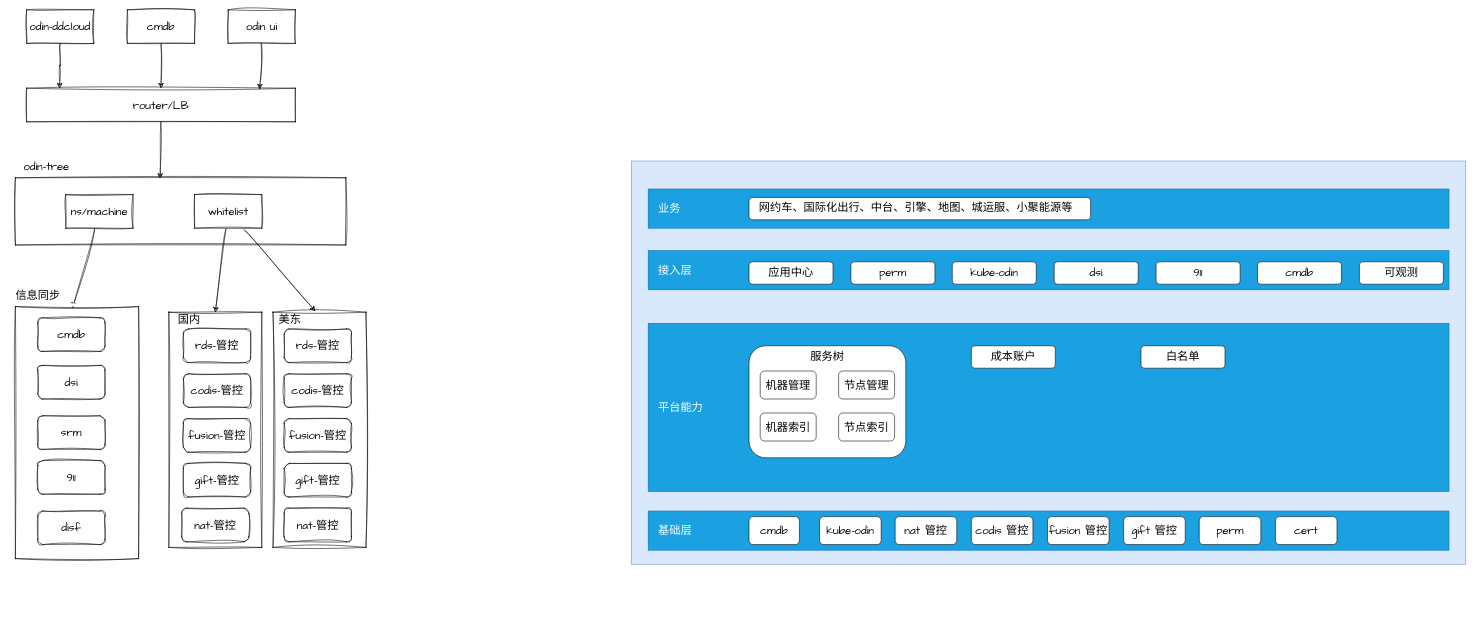
Above: page "业务逻辑" (10 of 10) of wtree.drawio in yubo/draw (draw.io), before the change. Source tidied: cells renumbered, new cells numbered last; positions are measured from the earlier drawing's top-left corner, leaving out a move shared by most shapes. Both pictures are drawn from the tidied source at 56%, with x=0, y=0 at pixel (10, 10).
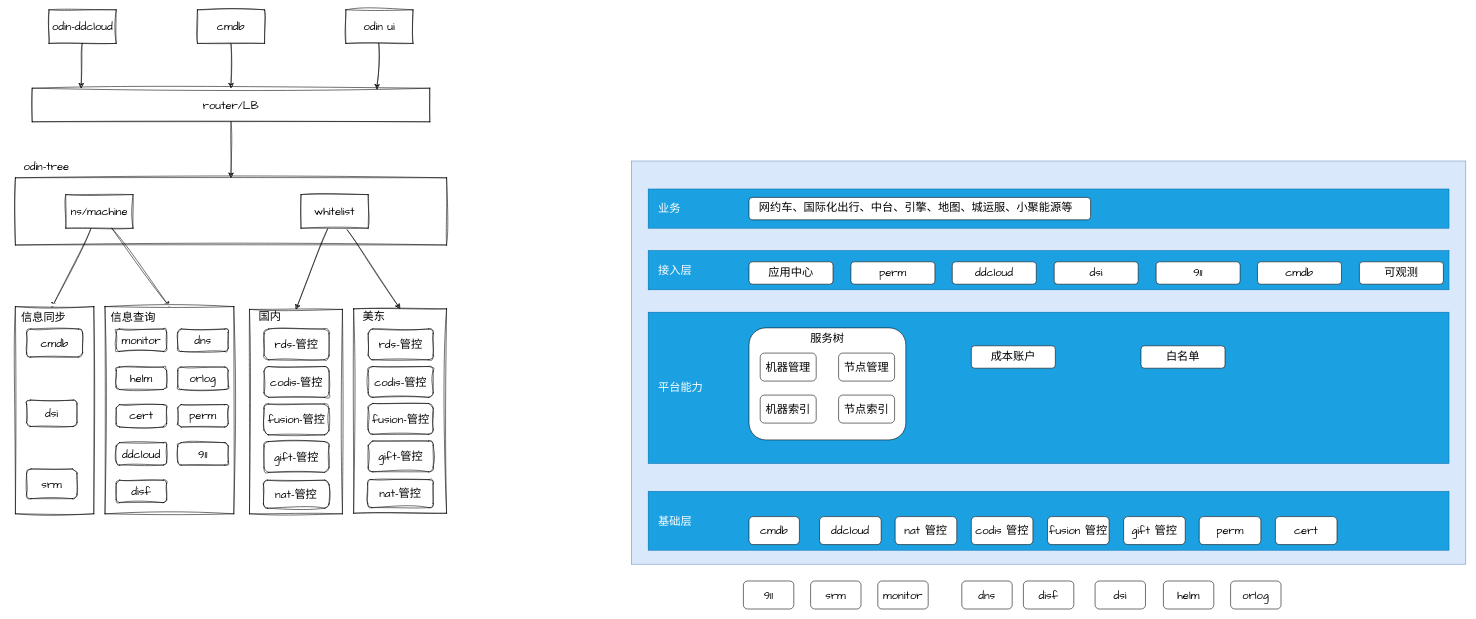
Above is the later version.

The change refers to these unchanged cells:
```xml
<mxCell id="11" value="ns/machine" style="rounded=0;whiteSpace=wrap;html=1;sketch=1;hachureGap=4;jiggle=2;curveFitting=1;fontFamily=Architects Daughter;fontSize=20;" parent="1" vertex="1">
  <mxGeometry x="100" y="330" width="120" height="60" as="geometry" />
</mxCell>
```

Change to the diagram source:
```diff
@@
     <mxCell id="2" value="odin ui" style="rounded=0;whiteSpace=wrap;html=1;sketch=1;hachureGap=4;jiggle=2;curveFitting=1;fontFamily=Architects Daughter;fontSize=20;" parent="1" vertex="1">
-      <mxGeometry x="390" width="120" height="60" as="geometry" />
+      <mxGeometry x="600" width="120" height="60" as="geometry" />
     </mxCell>
-    <mxCell id="3" style="rounded=0;sketch=1;hachureGap=4;jiggle=2;curveFitting=1;jettySize=auto;html=1;fontFamily=Architects Daughter;fontSize=16;entryX=0.438;entryY=0.011;entryDx=0;entryDy=0;entryPerimeter=0;" parent="1" edge="1" source="4" target="28">
+    <mxCell id="3" style="rounded=0;sketch=1;hachureGap=4;jiggle=2;curveFitting=1;jettySize=auto;html=1;fontFamily=Architects Daughter;fontSize=16;entryX=0.5;entryY=0;entryDx=0;entryDy=0;" parent="1" edge="1" source="4" target="28">
       <mxGeometry relative="1" as="geometry" />
     </mxCell>
     <mxCell id="4" value="router/LB" style="rounded=0;whiteSpace=wrap;html=1;sketch=1;hachureGap=4;jiggle=2;curveFitting=1;fontFamily=Architects Daughter;fontSize=20;" parent="1" vertex="1">
-      <mxGeometry x="30" y="140" width="480" height="60" as="geometry" />
+      <mxGeometry x="40" y="140" width="710" height="60" as="geometry" />
     </mxCell>
     <mxCell id="5" value="odin-ddcloud" style="rounded=0;whiteSpace=wrap;html=1;sketch=1;hachureGap=4;jiggle=2;curveFitting=1;fontFamily=Architects Daughter;fontSize=20;" parent="1" vertex="1">
-      <mxGeometry x="30" width="120" height="60" as="geometry" />
+      <mxGeometry x="70" width="120" height="60" as="geometry" />
     </mxCell>
@@
     <mxCell id="7" value="cmdb" style="rounded=0;whiteSpace=wrap;html=1;sketch=1;hachureGap=4;jiggle=2;curveFitting=1;fontFamily=Architects Daughter;fontSize=20;" parent="1" vertex="1">
-      <mxGeometry x="210" width="120" height="60" as="geometry" />
+      <mxGeometry x="335" width="120" height="60" as="geometry" />
     </mxCell>
-    <mxCell id="8" style="edgeStyle=orthogonalEdgeStyle;rounded=0;sketch=1;hachureGap=4;jiggle=2;curveFitting=1;jettySize=auto;html=1;entryX=0.123;entryY=0;entryDx=0;entryDy=0;entryPerimeter=0;fontFamily=Architects Daughter;fontSize=16;" parent="1" edge="1" source="5" target="4">
+    <mxCell id="8" style="rounded=0;sketch=1;hachureGap=4;jiggle=2;curveFitting=1;jettySize=auto;html=1;entryX=0.123;entryY=0;entryDx=0;entryDy=0;entryPerimeter=0;fontFamily=Architects Daughter;fontSize=16;" parent="1" edge="1" source="5" target="4">
       <mxGeometry relative="1" as="geometry" />
     </mxCell>
@@
+    <mxCell id="66" style="rounded=0;sketch=1;hachureGap=4;jiggle=2;curveFitting=1;jettySize=auto;html=1;entryX=0.5;entryY=0;entryDx=0;entryDy=0;fontFamily=Architects Daughter;fontSize=16;" parent="1" edge="1" source="11" target="67">
+      <mxGeometry relative="1" as="geometry" />
+    </mxCell>
@@
-    <mxCell id="13" style="rounded=0;sketch=1;hachureGap=4;jiggle=2;curveFitting=1;jettySize=auto;html=1;fontFamily=Architects Daughter;fontSize=16;entryX=0.454;entryY=-0.005;entryDx=0;entryDy=0;entryPerimeter=0;" parent="1" edge="1" source="14" target="34">
+    <mxCell id="13" style="rounded=0;sketch=1;hachureGap=4;jiggle=2;curveFitting=1;jettySize=auto;html=1;fontFamily=Architects Daughter;fontSize=16;entryX=0.5;entryY=0;entryDx=0;entryDy=0;" parent="1" edge="1" source="14" target="84">
       <mxGeometry relative="1" as="geometry" />
     </mxCell>
-    <mxCell id="14" value="whitelist" style="rounded=0;whiteSpace=wrap;html=1;sketch=1;hachureGap=4;jiggle=2;curveFitting=1;fontFamily=Architects Daughter;fontSize=20;" parent="1" vertex="1">
-      <mxGeometry x="330" y="330" width="120" height="60" as="geometry" />
-    </mxCell>
-    <mxCell id="15" value="cmdb" style="rounded=1;whiteSpace=wrap;html=1;sketch=1;hachureGap=4;jiggle=2;curveFitting=1;fontFamily=Architects Daughter;fontSize=20;" parent="1" vertex="1">
-      <mxGeometry x="50" y="550" width="120" height="60" as="geometry" />
-    </mxCell>
-    <mxCell id="16" value="dsi" style="rounded=1;whiteSpace=wrap;html=1;sketch=1;hachureGap=4;jiggle=2;curveFitting=1;fontFamily=Architects Daughter;fontSize=20;" parent="1" vertex="1">
-      <mxGeometry x="50" y="635" width="120" height="60" as="geometry" />
-    </mxCell>
-    <mxCell id="17" value="srm" style="rounded=1;whiteSpace=wrap;html=1;sketch=1;hachureGap=4;jiggle=2;curveFitting=1;fontFamily=Architects Daughter;fontSize=20;" parent="1" vertex="1">
-      <mxGeometry x="50" y="725" width="120" height="60" as="geometry" />
-    </mxCell>
-    <mxCell id="18" value="911" style="rounded=1;whiteSpace=wrap;html=1;sketch=1;hachureGap=4;jiggle=2;curveFitting=1;fontFamily=Architects Daughter;fontSize=20;" parent="1" vertex="1">
-      <mxGeometry x="50" y="805" width="120" height="60" as="geometry" />
-    </mxCell>
-    <mxCell id="19" value="disf" style="rounded=1;whiteSpace=wrap;html=1;sketch=1;hachureGap=4;jiggle=2;curveFitting=1;fontFamily=Architects Daughter;fontSize=20;" parent="1" vertex="1">
-      <mxGeometry x="50" y="895" width="120" height="60" as="geometry" />
-    </mxCell>
-    <mxCell id="20" value="rds-管控" style="rounded=1;whiteSpace=wrap;html=1;sketch=1;hachureGap=4;jiggle=2;curveFitting=1;fontFamily=Architects Daughter;fontSize=20;" parent="1" vertex="1">
-      <mxGeometry x="310" y="570" width="120" height="60" as="geometry" />
-    </mxCell>
     <mxCell id="21" value="codis-管控" style="rounded=1;whiteSpace=wrap;html=1;sketch=1;hachureGap=4;jiggle=2;curveFitting=1;fontFamily=Architects Daughter;fontSize=20;" parent="1" vertex="1">
-      <mxGeometry x="310" y="650" width="120" height="60" as="geometry" />
+      <mxGeometry x="454" y="637" width="116" height="55" as="geometry" />
     </mxCell>
     <mxCell id="22" value="fusion-管控" style="rounded=1;whiteSpace=wrap;html=1;sketch=1;hachureGap=4;jiggle=2;curveFitting=1;fontFamily=Architects Daughter;fontSize=20;" parent="1" vertex="1">
-      <mxGeometry x="310" y="730" width="120" height="60" as="geometry" />
+      <mxGeometry x="454" y="704" width="116" height="55" as="geometry" />
     </mxCell>
     <mxCell id="23" value="gift-管控" style="rounded=1;whiteSpace=wrap;html=1;sketch=1;hachureGap=4;jiggle=2;curveFitting=1;fontFamily=Architects Daughter;fontSize=20;" parent="1" vertex="1">
-      <mxGeometry x="310" y="810" width="120" height="60" as="geometry" />
+      <mxGeometry x="454" y="771" width="116" height="55" as="geometry" />
     </mxCell>
-    <mxCell id="24" value="rds-管控" style="rounded=1;whiteSpace=wrap;html=1;sketch=1;hachureGap=4;jiggle=2;curveFitting=1;fontFamily=Architects Daughter;fontSize=20;" parent="1" vertex="1">
-      <mxGeometry x="490" y="570" width="120" height="60" as="geometry" />
-    </mxCell>
-    <mxCell id="25" value="codis-管控" style="rounded=1;whiteSpace=wrap;html=1;sketch=1;hachureGap=4;jiggle=2;curveFitting=1;fontFamily=Architects Daughter;fontSize=20;" parent="1" vertex="1">
-      <mxGeometry x="490" y="650" width="120" height="60" as="geometry" />
-    </mxCell>
-    <mxCell id="26" value="fusion-管控" style="rounded=1;whiteSpace=wrap;html=1;sketch=1;hachureGap=4;jiggle=2;curveFitting=1;fontFamily=Architects Daughter;fontSize=20;" parent="1" vertex="1">
-      <mxGeometry x="490" y="730" width="120" height="60" as="geometry" />
-    </mxCell>
-    <mxCell id="27" value="gift-管控" style="rounded=1;whiteSpace=wrap;html=1;sketch=1;hachureGap=4;jiggle=2;curveFitting=1;fontFamily=Architects Daughter;fontSize=20;" parent="1" vertex="1">
-      <mxGeometry x="490" y="810" width="120" height="60" as="geometry" />
-    </mxCell>
     <mxCell id="28" style="swimlane;startSize=0;sketch=1;hachureGap=4;jiggle=2;curveFitting=1;fontFamily=Architects Daughter;fontSize=20;" parent="1" vertex="1">
-      <mxGeometry x="10" y="300" width="590" height="120" as="geometry" />
+      <mxGeometry x="10" y="300" width="770" height="120" as="geometry" />
     </mxCell>
+    <mxCell id="14" value="whitelist" style="rounded=0;whiteSpace=wrap;html=1;sketch=1;hachureGap=4;jiggle=2;curveFitting=1;fontFamily=Architects Daughter;fontSize=20;" parent="28" vertex="1">
+      <mxGeometry x="510" y="30" width="120" height="60" as="geometry" />
+    </mxCell>
@@
     <mxCell id="30" style="swimlane;startSize=0;sketch=1;hachureGap=4;jiggle=2;curveFitting=1;fontFamily=Architects Daughter;fontSize=20;" parent="1" vertex="1">
-      <mxGeometry x="10" y="530" width="220" height="450" as="geometry" />
+      <mxGeometry x="10" y="530" width="140" height="370" as="geometry" />
     </mxCell>
+    <mxCell id="15" value="cmdb" style="rounded=1;whiteSpace=wrap;html=1;sketch=1;hachureGap=4;jiggle=2;curveFitting=1;fontFamily=Architects Daughter;fontSize=20;" parent="30" vertex="1">
+      <mxGeometry x="20" y="40" width="100" height="50" as="geometry" />
+    </mxCell>
+    <mxCell id="16" value="dsi" style="rounded=1;whiteSpace=wrap;html=1;sketch=1;hachureGap=4;jiggle=2;curveFitting=1;fontFamily=Architects Daughter;fontSize=20;" parent="30" vertex="1">
+      <mxGeometry x="20" y="167" width="90" height="47" as="geometry" />
+    </mxCell>
-    <mxCell id="31" value="信息同步" style="text;html=1;align=center;verticalAlign=middle;strokeColor=none;fillColor=none;fontSize=20;fontFamily=Architects Daughter;" parent="1" vertex="1">
-      <mxGeometry y="490" width="100" height="40" as="geometry" />
+    <mxCell id="31" value="信息同步" style="text;html=1;align=center;verticalAlign=middle;strokeColor=none;fillColor=none;fontSize=20;fontFamily=Architects Daughter;" parent="30" vertex="1">
+      <mxGeometry width="100" height="40" as="geometry" />
     </mxCell>
+    <mxCell id="17" value="srm" style="rounded=1;whiteSpace=wrap;html=1;sketch=1;hachureGap=4;jiggle=2;curveFitting=1;fontFamily=Architects Daughter;fontSize=20;" parent="30" vertex="1">
+      <mxGeometry x="20" y="290" width="90" height="53" as="geometry" />
+    </mxCell>
     <mxCell id="32" style="swimlane;startSize=0;sketch=1;hachureGap=4;jiggle=2;curveFitting=1;fontFamily=Architects Daughter;fontSize=20;" parent="1" vertex="1">
-      <mxGeometry x="284" y="540" width="166" height="420" as="geometry" />
+      <mxGeometry x="428" y="535" width="166" height="365" as="geometry" />
     </mxCell>
     <mxCell id="33" value="nat-管控" style="rounded=1;whiteSpace=wrap;html=1;sketch=1;hachureGap=4;jiggle=2;curveFitting=1;fontFamily=Architects Daughter;fontSize=20;" parent="32" vertex="1">
-      <mxGeometry x="23" y="350" width="120" height="60" as="geometry" />
+      <mxGeometry x="25" y="305" width="117" height="50" as="geometry" />
     </mxCell>
-    <mxCell id="34" style="swimlane;startSize=0;sketch=1;hachureGap=4;jiggle=2;curveFitting=1;fontFamily=Architects Daughter;fontSize=20;" parent="1" vertex="1">
-      <mxGeometry x="470" y="540" width="166" height="420" as="geometry" />
-    </mxCell>
-    <mxCell id="35" value="nat-管控" style="rounded=1;whiteSpace=wrap;html=1;sketch=1;hachureGap=4;jiggle=2;curveFitting=1;fontFamily=Architects Daughter;fontSize=20;" parent="34" vertex="1">
-      <mxGeometry x="20" y="350" width="120" height="60" as="geometry" />
-    </mxCell>
+    <mxCell id="20" value="rds-管控" style="rounded=1;whiteSpace=wrap;html=1;sketch=1;hachureGap=4;jiggle=2;curveFitting=1;fontFamily=Architects Daughter;fontSize=20;" parent="32" vertex="1">
+      <mxGeometry x="26" y="35" width="116" height="55" as="geometry" />
+    </mxCell>
     <mxCell id="36" value="国内" style="text;html=1;align=center;verticalAlign=middle;strokeColor=none;fillColor=none;fontSize=20;fontFamily=Architects Daughter;" parent="1" vertex="1">
-      <mxGeometry x="290" y="533" width="60" height="40" as="geometry" />
+      <mxGeometry x="434" y="528" width="60" height="40" as="geometry" />
     </mxCell>
-    <mxCell id="37" value="美东" style="text;html=1;align=center;verticalAlign=middle;strokeColor=none;fillColor=none;fontSize=20;fontFamily=Architects Daughter;" parent="1" vertex="1">
-      <mxGeometry x="470" y="533" width="60" height="40" as="geometry" />
-    </mxCell>
@@
     <mxCell id="41" value="&amp;nbsp; 平台能力" style="rounded=0;whiteSpace=wrap;html=1;hachureGap=4;fontFamily=Architects Daughter;fontSize=20;fillColor=#1ba1e2;fontColor=#ffffff;strokeColor=#006EAF;align=left;" parent="1" vertex="1">
-      <mxGeometry x="1140" y="560" width="1430" height="300" as="geometry" />
+      <mxGeometry x="1140" y="540" width="1430" height="270" as="geometry" />
     </mxCell>
     <mxCell id="42" value="&amp;nbsp; 基础层" style="rounded=0;whiteSpace=wrap;html=1;hachureGap=4;fontFamily=Architects Daughter;fontSize=20;fillColor=#1ba1e2;fontColor=#ffffff;strokeColor=#006EAF;align=left;" parent="1" vertex="1">
-      <mxGeometry x="1140" y="895" width="1430" height="70" as="geometry" />
+      <mxGeometry x="1140" y="860" width="1430" height="105" as="geometry" />
     </mxCell>
@@
-    <mxCell id="44" value="kube-odin" style="rounded=1;whiteSpace=wrap;html=1;hachureGap=4;fontFamily=Architects Daughter;fontSize=20;" parent="1" vertex="1">
+    <mxCell id="44" value="ddcloud" style="rounded=1;whiteSpace=wrap;html=1;hachureGap=4;fontFamily=Architects Daughter;fontSize=20;" parent="1" vertex="1">
       <mxGeometry x="1446" y="905" width="110" height="50" as="geometry" />
     </mxCell>
@@
     <mxCell id="51" value="服务树" style="rounded=1;whiteSpace=wrap;html=1;hachureGap=4;fontFamily=Architects Daughter;fontSize=20;verticalAlign=top;" parent="1" vertex="1">
-      <mxGeometry x="1320" y="600" width="280" height="200" as="geometry" />
+      <mxGeometry x="1320" y="568" width="280" height="200" as="geometry" />
     </mxCell>
@@
     <mxCell id="53" value="机器管理" style="rounded=1;whiteSpace=wrap;html=1;hachureGap=4;fontFamily=Architects Daughter;fontSize=20;" parent="1" vertex="1">
-      <mxGeometry x="1340" y="645" width="100" height="50" as="geometry" />
+      <mxGeometry x="1340" y="613" width="100" height="50" as="geometry" />
     </mxCell>
     <mxCell id="54" value="节点管理" style="rounded=1;whiteSpace=wrap;html=1;hachureGap=4;fontFamily=Architects Daughter;fontSize=20;" parent="1" vertex="1">
-      <mxGeometry x="1480" y="645" width="100" height="50" as="geometry" />
+      <mxGeometry x="1480" y="613" width="100" height="50" as="geometry" />
     </mxCell>
     <mxCell id="55" value="机器索引" style="rounded=1;whiteSpace=wrap;html=1;hachureGap=4;fontFamily=Architects Daughter;fontSize=20;" parent="1" vertex="1">
-      <mxGeometry x="1340" y="720" width="100" height="50" as="geometry" />
+      <mxGeometry x="1340" y="688" width="100" height="50" as="geometry" />
     </mxCell>
     <mxCell id="56" value="节点索引" style="rounded=1;whiteSpace=wrap;html=1;hachureGap=4;fontFamily=Architects Daughter;fontSize=20;" parent="1" vertex="1">
-      <mxGeometry x="1480" y="720" width="100" height="50" as="geometry" />
+      <mxGeometry x="1480" y="688" width="100" height="50" as="geometry" />
     </mxCell>
@@
-    <mxCell id="60" value="kube-odin" style="rounded=1;whiteSpace=wrap;html=1;hachureGap=4;fontFamily=Architects Daughter;fontSize=20;verticalAlign=top;" parent="1" vertex="1">
+    <mxCell id="60" value="ddcloud" style="rounded=1;whiteSpace=wrap;html=1;hachureGap=4;fontFamily=Architects Daughter;fontSize=20;verticalAlign=top;" parent="1" vertex="1">
       <mxGeometry x="1683" y="450" width="150" height="40" as="geometry" />
     </mxCell>
@@
+    <mxCell id="67" style="swimlane;startSize=0;sketch=1;hachureGap=4;jiggle=2;curveFitting=1;fontFamily=Architects Daughter;fontSize=20;" parent="1" vertex="1">
+      <mxGeometry x="170" y="530" width="230" height="370" as="geometry" />
+    </mxCell>
+    <mxCell id="68" value="cert" style="rounded=1;whiteSpace=wrap;html=1;sketch=1;hachureGap=4;jiggle=2;curveFitting=1;fontFamily=Architects Daughter;fontSize=20;" parent="67" vertex="1">
+      <mxGeometry x="20" y="175" width="90" height="40" as="geometry" />
+    </mxCell>
+    <mxCell id="69" value="ddcloud" style="rounded=1;whiteSpace=wrap;html=1;sketch=1;hachureGap=4;jiggle=2;curveFitting=1;fontFamily=Architects Daughter;fontSize=20;" parent="67" vertex="1">
+      <mxGeometry x="20" y="243" width="90" height="40" as="geometry" />
+    </mxCell>
+    <mxCell id="70" value="monitor" style="rounded=1;whiteSpace=wrap;html=1;sketch=1;hachureGap=4;jiggle=2;curveFitting=1;fontFamily=Architects Daughter;fontSize=20;" parent="67" vertex="1">
+      <mxGeometry x="20" y="40" width="90" height="40" as="geometry" />
+    </mxCell>
+    <mxCell id="71" value="信息查询" style="text;html=1;align=center;verticalAlign=middle;strokeColor=none;fillColor=none;fontSize=20;fontFamily=Architects Daughter;" parent="67" vertex="1">
+      <mxGeometry width="100" height="40" as="geometry" />
+    </mxCell>
+    <mxCell id="72" value="dns" style="rounded=1;whiteSpace=wrap;html=1;sketch=1;hachureGap=4;jiggle=2;curveFitting=1;fontFamily=Architects Daughter;fontSize=20;" parent="67" vertex="1">
+      <mxGeometry x="130" y="40" width="90" height="40" as="geometry" />
+    </mxCell>
+    <mxCell id="73" value="helm" style="rounded=1;whiteSpace=wrap;html=1;sketch=1;hachureGap=4;jiggle=2;curveFitting=1;fontFamily=Architects Daughter;fontSize=20;" parent="67" vertex="1">
+      <mxGeometry x="20" y="108" width="90" height="40" as="geometry" />
+    </mxCell>
+    <mxCell id="74" value="orlog" style="rounded=1;whiteSpace=wrap;html=1;sketch=1;hachureGap=4;jiggle=2;curveFitting=1;fontFamily=Architects Daughter;fontSize=20;" parent="67" vertex="1">
+      <mxGeometry x="130" y="108" width="90" height="40" as="geometry" />
+    </mxCell>
+    <mxCell id="75" value="perm" style="rounded=1;whiteSpace=wrap;html=1;sketch=1;hachureGap=4;jiggle=2;curveFitting=1;fontFamily=Architects Daughter;fontSize=20;" parent="67" vertex="1">
+      <mxGeometry x="130" y="175" width="90" height="40" as="geometry" />
+    </mxCell>
+    <mxCell id="18" value="911" style="rounded=1;whiteSpace=wrap;html=1;sketch=1;hachureGap=4;jiggle=2;curveFitting=1;fontFamily=Architects Daughter;fontSize=20;" parent="67" vertex="1">
+      <mxGeometry x="130" y="243" width="90" height="40" as="geometry" />
+    </mxCell>
+    <mxCell id="19" value="disf" style="rounded=1;whiteSpace=wrap;html=1;sketch=1;hachureGap=4;jiggle=2;curveFitting=1;fontFamily=Architects Daughter;fontSize=20;" parent="67" vertex="1">
+      <mxGeometry x="20" y="310" width="90" height="40" as="geometry" />
+    </mxCell>
+    <mxCell id="76" value="911" style="rounded=1;whiteSpace=wrap;html=1;hachureGap=4;fontFamily=Architects Daughter;fontSize=20;" parent="1" vertex="1">
+      <mxGeometry x="1310" y="1020" width="90" height="50" as="geometry" />
+    </mxCell>
+    <mxCell id="77" value="srm" style="rounded=1;whiteSpace=wrap;html=1;hachureGap=4;fontFamily=Architects Daughter;fontSize=20;" parent="1" vertex="1">
+      <mxGeometry x="1430" y="1020" width="90" height="50" as="geometry" />
+    </mxCell>
+    <mxCell id="78" value="monitor" style="rounded=1;whiteSpace=wrap;html=1;hachureGap=4;fontFamily=Architects Daughter;fontSize=20;" parent="1" vertex="1">
+      <mxGeometry x="1550" y="1020" width="90" height="50" as="geometry" />
+    </mxCell>
+    <mxCell id="79" value="dns" style="rounded=1;whiteSpace=wrap;html=1;hachureGap=4;fontFamily=Architects Daughter;fontSize=20;" parent="1" vertex="1">
+      <mxGeometry x="1700" y="1020" width="90" height="50" as="geometry" />
+    </mxCell>
+    <mxCell id="80" value="disf" style="rounded=1;whiteSpace=wrap;html=1;hachureGap=4;fontFamily=Architects Daughter;fontSize=20;" parent="1" vertex="1">
+      <mxGeometry x="1810" y="1020" width="90" height="50" as="geometry" />
+    </mxCell>
+    <mxCell id="81" value="dsi" style="rounded=1;whiteSpace=wrap;html=1;hachureGap=4;fontFamily=Architects Daughter;fontSize=20;" parent="1" vertex="1">
+      <mxGeometry x="1938" y="1020" width="90" height="50" as="geometry" />
+    </mxCell>
+    <mxCell id="82" value="helm" style="rounded=1;whiteSpace=wrap;html=1;hachureGap=4;fontFamily=Architects Daughter;fontSize=20;" parent="1" vertex="1">
+      <mxGeometry x="2060" y="1020" width="90" height="50" as="geometry" />
+    </mxCell>
+    <mxCell id="83" value="orlog" style="rounded=1;whiteSpace=wrap;html=1;hachureGap=4;fontFamily=Architects Daughter;fontSize=20;" parent="1" vertex="1">
+      <mxGeometry x="2180" y="1020" width="90" height="50" as="geometry" />
+    </mxCell>
+    <mxCell id="25" value="codis-管控" style="rounded=1;whiteSpace=wrap;html=1;sketch=1;hachureGap=4;jiggle=2;curveFitting=1;fontFamily=Architects Daughter;fontSize=20;" parent="1" vertex="1">
+      <mxGeometry x="640" y="637" width="116" height="55" as="geometry" />
+    </mxCell>
+    <mxCell id="26" value="fusion-管控" style="rounded=1;whiteSpace=wrap;html=1;sketch=1;hachureGap=4;jiggle=2;curveFitting=1;fontFamily=Architects Daughter;fontSize=20;" parent="1" vertex="1">
+      <mxGeometry x="640" y="703" width="116" height="55" as="geometry" />
+    </mxCell>
+    <mxCell id="27" value="gift-管控" style="rounded=1;whiteSpace=wrap;html=1;sketch=1;hachureGap=4;jiggle=2;curveFitting=1;fontFamily=Architects Daughter;fontSize=20;" parent="1" vertex="1">
+      <mxGeometry x="640" y="770" width="116" height="55" as="geometry" />
+    </mxCell>
+    <mxCell id="84" style="swimlane;startSize=0;sketch=1;hachureGap=4;jiggle=2;curveFitting=1;fontFamily=Architects Daughter;fontSize=20;" parent="1" vertex="1">
+      <mxGeometry x="614" y="534" width="166" height="365" as="geometry" />
+    </mxCell>
+    <mxCell id="35" value="nat-管控" style="rounded=1;whiteSpace=wrap;html=1;sketch=1;hachureGap=4;jiggle=2;curveFitting=1;fontFamily=Architects Daughter;fontSize=20;" parent="84" vertex="1">
+      <mxGeometry x="25" y="305" width="117" height="50" as="geometry" />
+    </mxCell>
+    <mxCell id="24" value="rds-管控" style="rounded=1;whiteSpace=wrap;html=1;sketch=1;hachureGap=4;jiggle=2;curveFitting=1;fontFamily=Architects Daughter;fontSize=20;" parent="84" vertex="1">
+      <mxGeometry x="26" y="36" width="116" height="55" as="geometry" />
+    </mxCell>
+    <mxCell id="37" value="美东" style="text;html=1;align=center;verticalAlign=middle;strokeColor=none;fillColor=none;fontSize=20;fontFamily=Architects Daughter;" parent="1" vertex="1">
+      <mxGeometry x="620" y="527" width="60" height="40" as="geometry" />
+    </mxCell>
```
